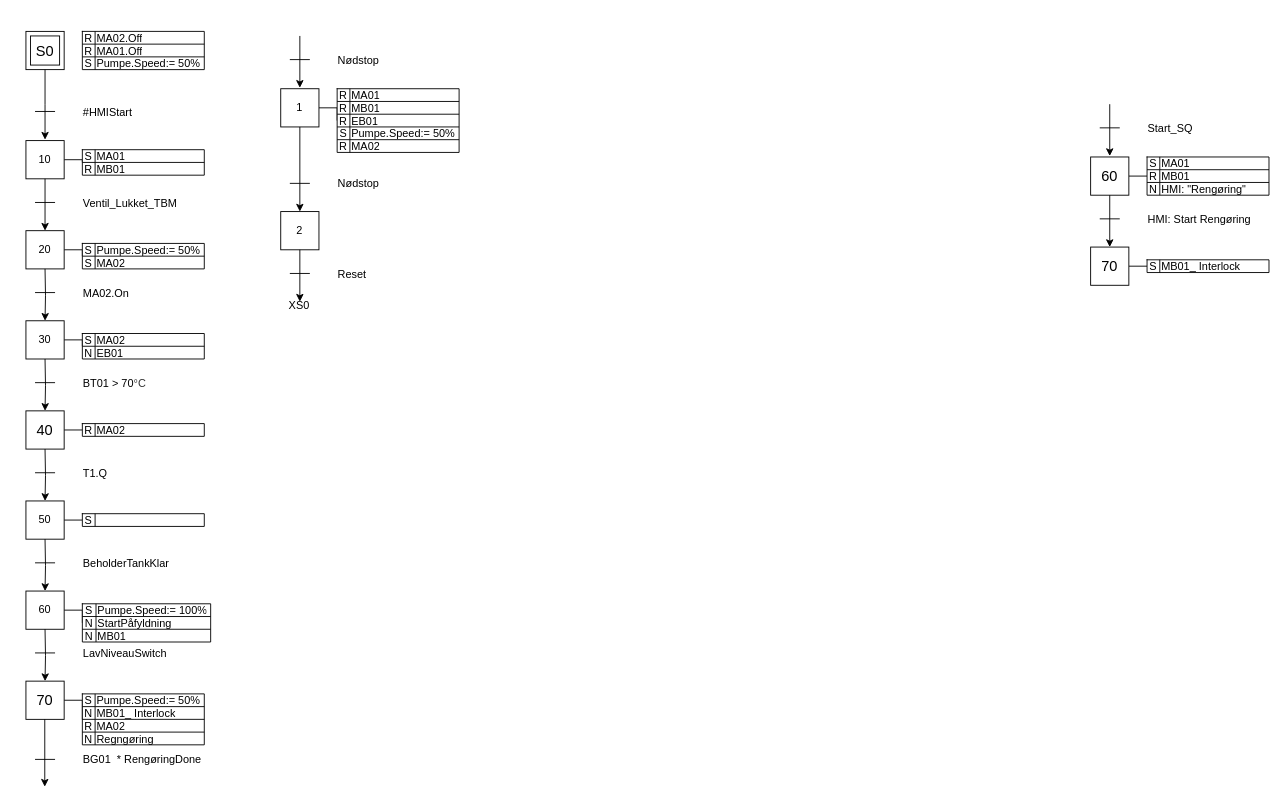
The draw.io diagram Untitled Diagram.drawio in p0l3h/p0l3h, before the edit. Source tidied: cells renumbered, new cells numbered last; positions are measured from the earlier drawing's top-left corner, leaving out a move shared by most shapes. Both pictures are drawn from the tidied source at 91%, with x=0, y=0 at pixel (25, 31).
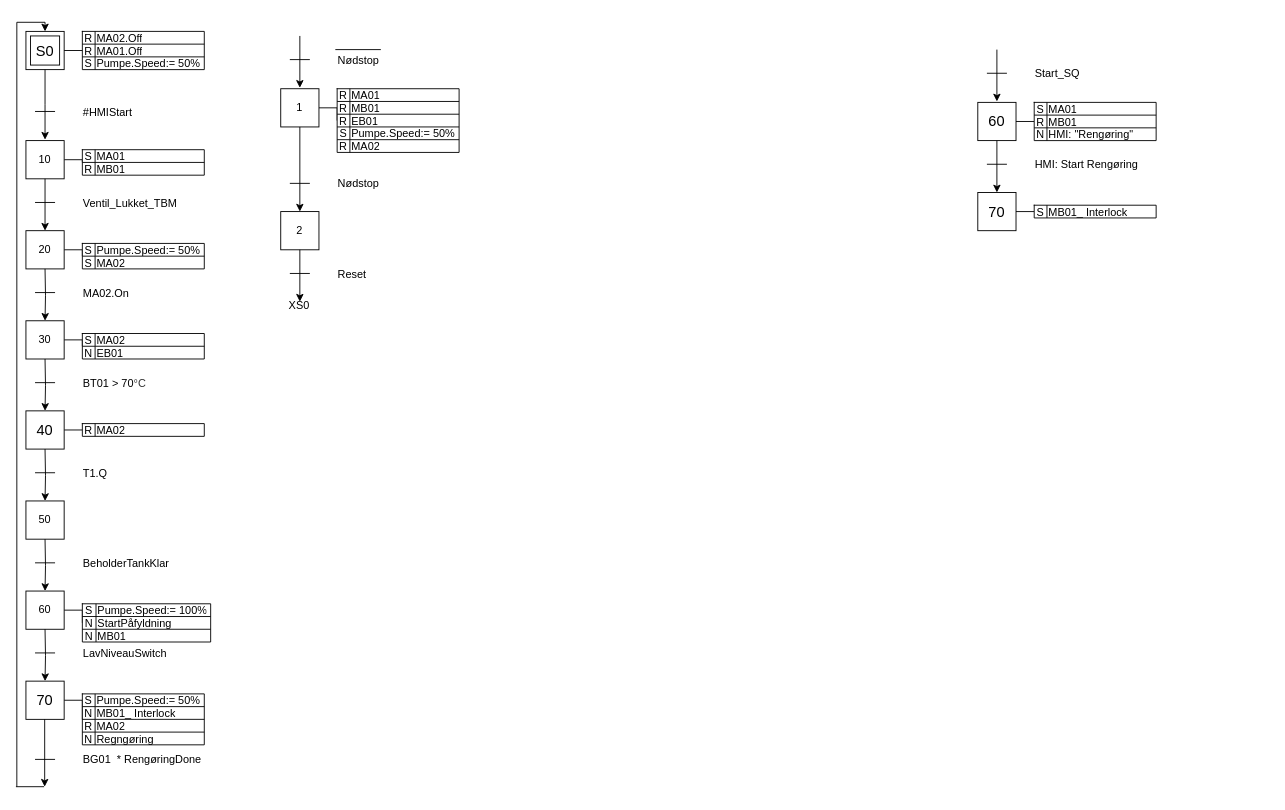
The same diagram, later.

Unchanged cells that the change refers to:
```xml
<mxCell id="2" value="0" style="whiteSpace=wrap;html=1;" parent="1" vertex="1">
  <mxGeometry width="42" height="42" as="geometry" />
</mxCell>
<mxCell id="67" value="50" style="whiteSpace=wrap;html=1;" parent="1" vertex="1">
  <mxGeometry y="516" width="42" height="42" as="geometry" />
</mxCell>
<mxCell id="139" style="shape=table;startSize=0;childLayout=tableLayout;fontSize=12;rounded=1;swimlaneLine=1;align=left;spacing=2;" parent="1" vertex="1">
  <mxGeometry x="62" width="134" height="42" as="geometry" />
</mxCell>
```

Change to the diagram source:
```diff
@@
     <mxCell id="21" style="edgeStyle=orthogonalEdgeStyle;rounded=0;orthogonalLoop=1;jettySize=auto;html=1;entryX=0.5;entryY=0;entryDx=0;entryDy=0;exitX=0.5;exitY=1;exitDx=0;exitDy=0;" parent="1" edge="1">
       <mxGeometry relative="1" as="geometry">
-        <mxPoint x="1191" y="80" as="sourcePoint" />
-        <mxPoint x="1191" y="137" as="targetPoint" />
+        <mxPoint x="1067" y="20" as="sourcePoint" />
+        <mxPoint x="1067" y="77" as="targetPoint" />
       </mxGeometry>
     </mxCell>
     <mxCell id="22" style="endArrow=none;html=1;" parent="1" edge="1">
       <mxGeometry relative="1" as="geometry">
-        <mxPoint x="1180" y="106" as="sourcePoint" />
-        <mxPoint x="1202" y="106" as="targetPoint" />
+        <mxPoint x="1056" y="46" as="sourcePoint" />
+        <mxPoint x="1078" y="46" as="targetPoint" />
       </mxGeometry>
     </mxCell>
@@
     <mxCell id="25" value="&lt;span style=&quot;font-size: 16px;&quot;&gt;60&lt;/span&gt;" style="whiteSpace=wrap;html=1;" parent="1" vertex="1">
-      <mxGeometry x="1170" y="138" width="42" height="42" as="geometry" />
+      <mxGeometry x="1046" y="78" width="42" height="42" as="geometry" />
     </mxCell>
     <mxCell id="26" style="shape=table;startSize=0;childLayout=tableLayout;fontSize=12;rounded=1;swimlaneLine=1;align=left;spacing=2;" parent="1" vertex="1">
-      <mxGeometry x="1232" y="138" width="134" height="42" as="geometry" />
+      <mxGeometry x="1108" y="78" width="134" height="42" as="geometry" />
     </mxCell>
@@
     <mxCell id="37" value="&lt;span style=&quot;font-size: 16px;&quot;&gt;70&lt;/span&gt;" style="whiteSpace=wrap;html=1;" parent="1" vertex="1">
-      <mxGeometry x="1170" y="237" width="42" height="42" as="geometry" />
+      <mxGeometry x="1046" y="177" width="42" height="42" as="geometry" />
     </mxCell>
@@
     <mxCell id="39" style="endArrow=none;html=1;" parent="1" edge="1">
       <mxGeometry relative="1" as="geometry">
-        <mxPoint x="1180" y="206" as="sourcePoint" />
-        <mxPoint x="1202" y="206" as="targetPoint" />
+        <mxPoint x="1056" y="146" as="sourcePoint" />
+        <mxPoint x="1078" y="146" as="targetPoint" />
       </mxGeometry>
     </mxCell>
@@
     <mxCell id="41" style="shape=table;startSize=0;childLayout=tableLayout;fontSize=12;rounded=1;swimlaneLine=1;align=left;spacing=2;" parent="1" vertex="1">
-      <mxGeometry x="1232" y="251" width="134" height="14" as="geometry" />
+      <mxGeometry x="1108" y="191" width="134" height="14" as="geometry" />
     </mxCell>
@@
-    <mxCell id="66" style="edgeStyle=orthogonalEdgeStyle;rounded=0;jettySize=auto;html=1;entryX=0;entryY=0.5;entryDx=0;entryDy=0;endArrow=none;endFill=0;exitX=1;exitY=0.5;exitDx=0;exitDy=0;" parent="1" edge="1" source="67" target="71">
-      <mxGeometry relative="1" as="geometry" />
-    </mxCell>
@@
-    <mxCell id="71" style="shape=table;startSize=0;childLayout=tableLayout;fontSize=12;rounded=1;swimlaneLine=1;align=left;spacing=2;" parent="1" vertex="1">
-      <mxGeometry x="62" y="530" width="134" height="14" as="geometry" />
-    </mxCell>
-    <mxCell id="72" style="shape=tableRow;horizontal=0;startSize=0;swimlaneHead=0;swimlaneBody=0;strokeColor=inherit;top=0;left=0;bottom=0;right=0;fillColor=none;fontSize=16;" parent="71" vertex="1">
-      <mxGeometry width="134" height="14" as="geometry" />
-    </mxCell>
-    <mxCell id="73" value="S" style="shape=partialRectangle;html=1;whiteSpace=wrap;strokeColor=inherit;overflow=hidden;fillColor=none;top=0;left=0;bottom=0;right=0;fontSize=12;align=center;verticalAlign=middle;labelPosition=center;verticalLabelPosition=middle;horizontal=1;spacing=0;" parent="72" vertex="1">
-      <mxGeometry width="14" height="14" as="geometry" />
-    </mxCell>
-    <mxCell id="74" style="shape=partialRectangle;whiteSpace=wrap;strokeColor=inherit;overflow=hidden;fillColor=none;top=0;left=0;bottom=0;right=0;fontSize=12;align=left;verticalAlign=middle;html=1;spacing=0;spacingLeft=2;" parent="72" vertex="1">
-      <mxGeometry x="14" width="120" height="14" as="geometry" />
-    </mxCell>
@@
     <mxCell id="136" style="edgeStyle=orthogonalEdgeStyle;rounded=0;orthogonalLoop=1;jettySize=auto;html=1;exitX=0.5;exitY=1;exitDx=0;exitDy=0;" parent="1" edge="1">
       <mxGeometry relative="1" as="geometry">
-        <mxPoint x="20.7" y="756" as="sourcePoint" />
-        <mxPoint x="20.7" y="830" as="targetPoint" />
+        <mxPoint x="20.6" y="756" as="sourcePoint" />
+        <mxPoint x="20.6" y="830" as="targetPoint" />
       </mxGeometry>
     </mxCell>
@@
+    <mxCell id="157" style="endArrow=none;html=1;" parent="1" edge="1">
+      <mxGeometry relative="1" as="geometry">
+        <mxPoint x="20" y="830" as="sourcePoint" />
+        <mxPoint x="-11" y="830" as="targetPoint" />
+      </mxGeometry>
+    </mxCell>
+    <mxCell id="158" style="endArrow=none;html=1;" parent="1" edge="1">
+      <mxGeometry relative="1" as="geometry">
+        <mxPoint x="-10" y="-10" as="sourcePoint" />
+        <mxPoint x="-10" y="830" as="targetPoint" />
+      </mxGeometry>
+    </mxCell>
+    <mxCell id="159" style="endArrow=none;html=1;" parent="1" edge="1">
+      <mxGeometry relative="1" as="geometry">
+        <mxPoint x="21" y="-10" as="sourcePoint" />
+        <mxPoint x="-10" y="-10" as="targetPoint" />
+      </mxGeometry>
+    </mxCell>
+    <mxCell id="160" style="edgeStyle=none;jettySize=auto;html=1;rounded=0;entryX=0.5;entryY=0;entryDx=0;entryDy=0;" parent="1" edge="1" target="2">
+      <mxGeometry relative="1" as="geometry">
+        <mxPoint x="21" y="-10" as="sourcePoint" />
+      </mxGeometry>
+    </mxCell>
+    <mxCell id="161" style="endArrow=none;html=1;" parent="1" edge="1">
+      <mxGeometry relative="1" as="geometry">
+        <mxPoint x="340" y="20" as="sourcePoint" />
+        <mxPoint x="390" y="20" as="targetPoint" />
+      </mxGeometry>
+    </mxCell>
+    <mxCell id="162" style="endArrow=none;html=1;exitX=0;exitY=0.5;exitDx=0;exitDy=0;entryX=1;entryY=0.5;entryDx=0;entryDy=0;" parent="1" edge="1" source="139" target="2">
+      <mxGeometry relative="1" as="geometry" />
+    </mxCell>
```
